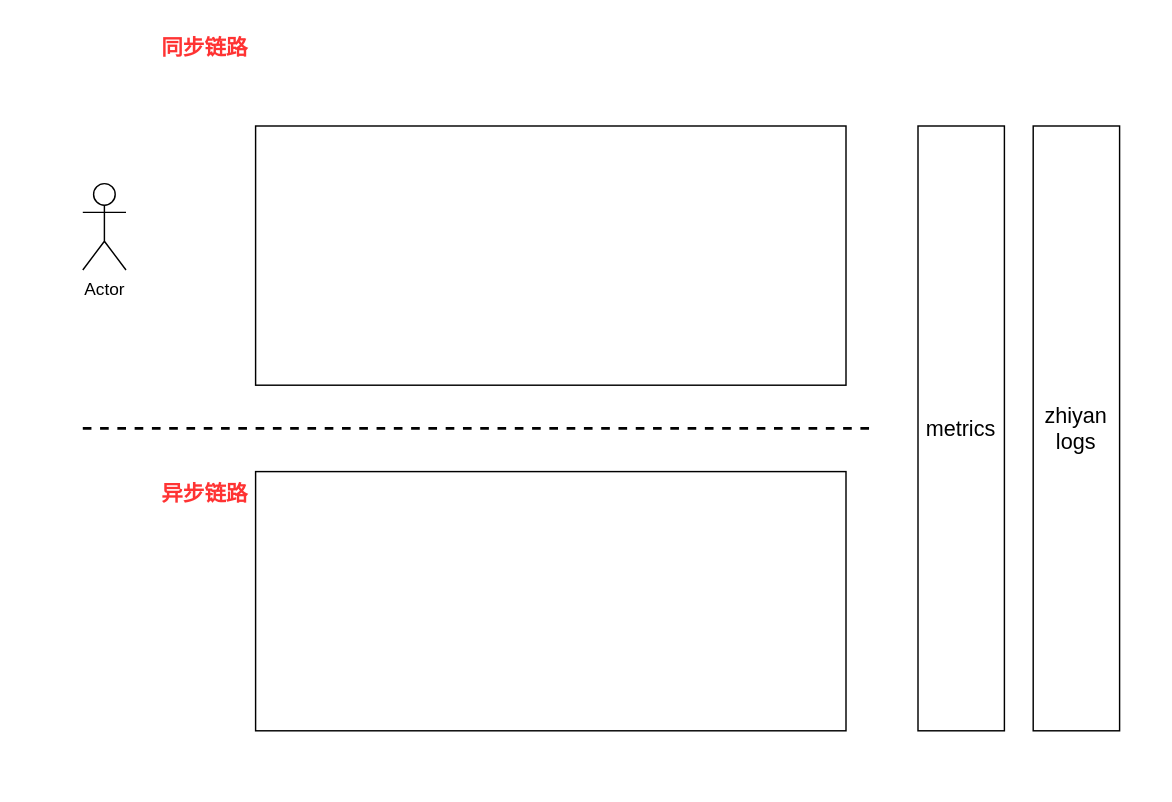
This is km_tx_4.drawio from learn2Pro/draw_io_save, a draw.io file, before an edit. Source tidied: cells renumbered, new cells numbered last; positions are measured from the earlier drawing's top-left corner, leaving out a move shared by most shapes. Both pictures are drawn from the tidied source at 144%, with x=0, y=0 at pixel (82, 24).
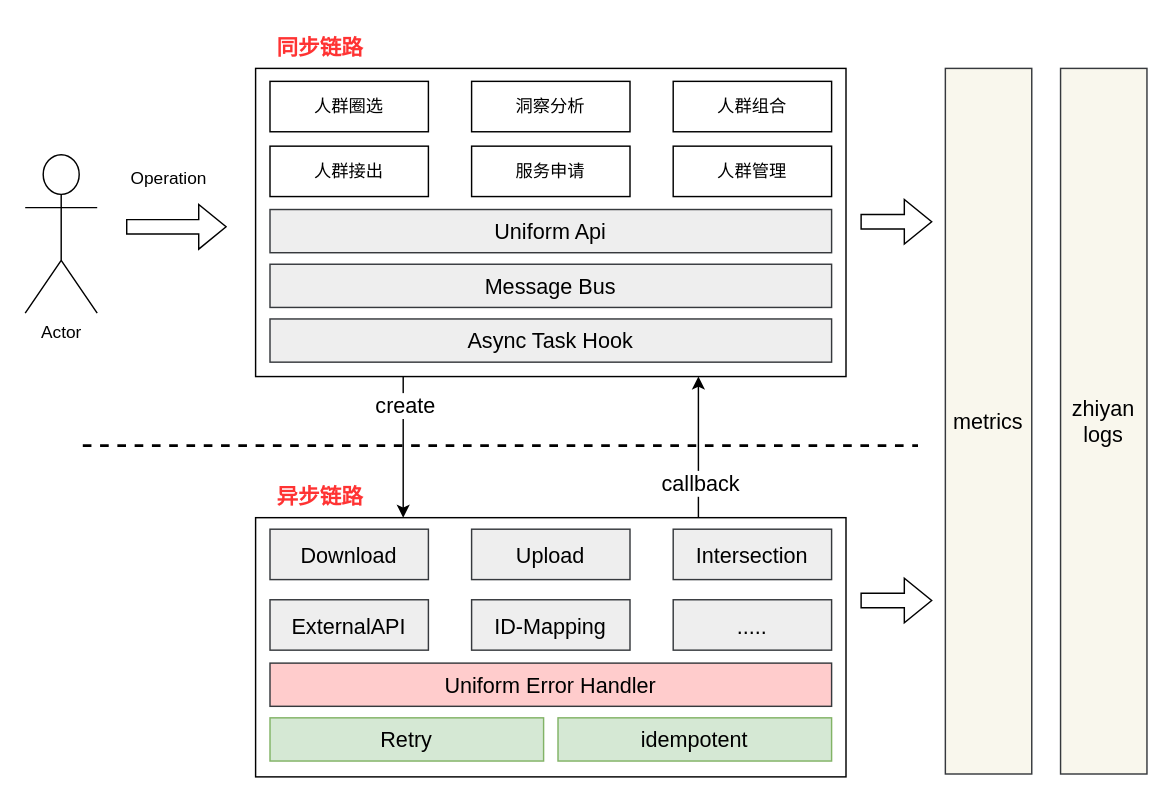
The same page after the edit.

Diff of the diagram source:
```diff
@@
-    <mxCell id="2" value="Actor" style="shape=umlActor;verticalLabelPosition=bottom;verticalAlign=top;html=1;" parent="1" vertex="1">
-      <mxGeometry y="110" width="30" height="60" as="geometry" />
-    </mxCell>
-    <mxCell id="3" style="rounded=0;whiteSpace=wrap;html=1;" parent="1" vertex="1">
-      <mxGeometry x="120" y="70" width="410" height="180" as="geometry" />
-    </mxCell>
-    <mxCell id="4" style="endArrow=none;dashed=1;html=1;rounded=0;fontStyle=1;strokeWidth=2;" parent="1" edge="1">
-      <mxGeometry relative="1" as="geometry">
-        <mxPoint y="280" as="sourcePoint" />
-        <mxPoint x="550" y="280" as="targetPoint" />
-      </mxGeometry>
-    </mxCell>
-    <mxCell id="5" value="&lt;b&gt;&lt;font style=&quot;font-size: 15px&quot; color=&quot;#ff3333&quot;&gt;同步链路&lt;/font&gt;&lt;/b&gt;" style="text;html=1;strokeColor=none;fillColor=none;align=center;verticalAlign=middle;whiteSpace=wrap;rounded=0;" parent="1" vertex="1">
-      <mxGeometry x="40" width="90" height="30" as="geometry" />
-    </mxCell>
     <mxCell id="6" value="&lt;b&gt;&lt;font style=&quot;font-size: 15px&quot; color=&quot;#ff3333&quot;&gt;异步链路&lt;/font&gt;&lt;/b&gt;" style="text;html=1;strokeColor=none;fillColor=none;align=center;verticalAlign=middle;whiteSpace=wrap;rounded=0;" parent="1" vertex="1">
-      <mxGeometry x="50" y="310" width="70" height="30" as="geometry" />
+      <mxGeometry x="120" y="312" width="90" height="30" as="geometry" />
     </mxCell>
     <mxCell id="7" style="rounded=0;whiteSpace=wrap;html=1;" parent="1" vertex="1">
-      <mxGeometry x="120" y="310" width="410" height="180" as="geometry" />
+      <mxGeometry x="120" y="342" width="410" height="180" as="geometry" />
     </mxCell>
+    <mxCell id="10" value="Download" style="rounded=0;whiteSpace=wrap;html=1;fontSize=15;fillColor=#eeeeee;strokeColor=#36393d;" parent="1" vertex="1">
+      <mxGeometry x="130" y="350" width="110" height="35" as="geometry" />
+    </mxCell>
+    <mxCell id="11" value="Upload" style="rounded=0;whiteSpace=wrap;html=1;fontSize=15;fillColor=#eeeeee;strokeColor=#36393d;" parent="1" vertex="1">
+      <mxGeometry x="270" y="350" width="110" height="35" as="geometry" />
+    </mxCell>
+    <mxCell id="12" value="Intersection" style="rounded=0;whiteSpace=wrap;html=1;fontSize=15;fillColor=#eeeeee;strokeColor=#36393d;" parent="1" vertex="1">
+      <mxGeometry x="410" y="350" width="110" height="35" as="geometry" />
+    </mxCell>
+    <mxCell id="13" value="ExternalAPI" style="rounded=0;whiteSpace=wrap;html=1;fontSize=15;fillColor=#eeeeee;strokeColor=#36393d;" parent="1" vertex="1">
+      <mxGeometry x="130" y="399" width="110" height="35" as="geometry" />
+    </mxCell>
+    <mxCell id="14" value="ID-Mapping" style="rounded=0;whiteSpace=wrap;html=1;fontSize=15;fillColor=#eeeeee;strokeColor=#36393d;" parent="1" vertex="1">
+      <mxGeometry x="270" y="399" width="110" height="35" as="geometry" />
+    </mxCell>
+    <mxCell id="15" value="....." style="rounded=0;whiteSpace=wrap;html=1;fontSize=15;fillColor=#eeeeee;strokeColor=#36393d;" parent="1" vertex="1">
+      <mxGeometry x="410" y="399" width="110" height="35" as="geometry" />
+    </mxCell>
+    <mxCell id="2" value="Actor" style="shape=umlActor;verticalLabelPosition=bottom;verticalAlign=top;html=1;" parent="1" vertex="1">
+      <mxGeometry x="-40" y="90" width="50" height="110" as="geometry" />
+    </mxCell>
+    <mxCell id="4" style="endArrow=none;dashed=1;html=1;rounded=0;fontStyle=1;strokeWidth=2;" parent="1" edge="1">
+      <mxGeometry relative="1" as="geometry">
+        <mxPoint y="292" as="sourcePoint" />
+        <mxPoint x="580" y="292" as="targetPoint" />
+      </mxGeometry>
+    </mxCell>
-    <mxCell id="8" value="&lt;font color=&quot;#000000&quot;&gt;metrics&lt;/font&gt;" style="rounded=0;whiteSpace=wrap;html=1;fontSize=15;fontColor=#FF3333;" parent="1" vertex="1">
-      <mxGeometry x="580" y="70" width="60" height="420" as="geometry" />
+    <mxCell id="8" value="&lt;font color=&quot;#000000&quot;&gt;metrics&lt;/font&gt;" style="rounded=0;whiteSpace=wrap;html=1;fontSize=15;fillColor=#f9f7ed;strokeColor=#36393d;" parent="1" vertex="1">
+      <mxGeometry x="599" y="30" width="60" height="490" as="geometry" />
     </mxCell>
-    <mxCell id="9" value="&lt;font color=&quot;#000000&quot;&gt;zhiyan&lt;br&gt;logs&lt;/font&gt;" style="rounded=0;whiteSpace=wrap;html=1;fontSize=15;fontColor=#FF3333;" parent="1" vertex="1">
-      <mxGeometry x="660" y="70" width="60" height="420" as="geometry" />
+    <mxCell id="9" value="&lt;font color=&quot;#000000&quot;&gt;zhiyan&lt;br&gt;logs&lt;/font&gt;" style="rounded=0;whiteSpace=wrap;html=1;fontSize=15;fillColor=#f9f7ed;strokeColor=#36393d;" parent="1" vertex="1">
+      <mxGeometry x="679" y="30" width="60" height="490" as="geometry" />
     </mxCell>
+    <mxCell id="16" value="Retry" style="rounded=0;whiteSpace=wrap;html=1;fontSize=15;fillColor=#d5e8d4;strokeColor=#82b366;" parent="1" vertex="1">
+      <mxGeometry x="130" y="481" width="190" height="30" as="geometry" />
+    </mxCell>
+    <mxCell id="17" value="idempotent" style="rounded=0;whiteSpace=wrap;html=1;fontSize=15;fillColor=#d5e8d4;strokeColor=#82b366;" parent="1" vertex="1">
+      <mxGeometry x="330" y="481" width="190" height="30" as="geometry" />
+    </mxCell>
+    <mxCell id="18" style="shape=flexArrow;endArrow=classic;html=1;rounded=0;fontSize=15;fontColor=#000000;strokeWidth=1;" parent="1" edge="1">
+      <mxGeometry relative="1" as="geometry">
+        <mxPoint x="540" y="136.5" as="sourcePoint" />
+        <mxPoint x="590" y="136.5" as="targetPoint" />
+      </mxGeometry>
+    </mxCell>
+    <mxCell id="19" style="shape=flexArrow;endArrow=classic;html=1;rounded=0;fontSize=15;fontColor=#000000;strokeWidth=1;" parent="1" edge="1">
+      <mxGeometry relative="1" as="geometry">
+        <mxPoint x="540" y="399.5" as="sourcePoint" />
+        <mxPoint x="590" y="399.5" as="targetPoint" />
+      </mxGeometry>
+    </mxCell>
+    <mxCell id="20" value="Uniform Error Handler" style="rounded=0;whiteSpace=wrap;html=1;fontSize=15;fillColor=#ffcccc;strokeColor=#36393d;" parent="1" vertex="1">
+      <mxGeometry x="130" y="443" width="390" height="30" as="geometry" />
+    </mxCell>
+    <mxCell id="21" style="endArrow=classic;html=1;rounded=0;fontSize=15;fontColor=#000000;strokeWidth=1;entryX=0.25;entryY=0;entryDx=0;entryDy=0;exitX=0.25;exitY=1;exitDx=0;exitDy=0;" parent="1" edge="1" source="3" target="7">
+      <mxGeometry relative="1" as="geometry" />
+    </mxCell>
+    <mxCell id="22" value="create" style="edgeLabel;html=1;align=center;verticalAlign=middle;fontSize=15;fontColor=#000000;" parent="21" vertex="1">
+      <mxGeometry x="-0.46" y="1" relative="1" as="geometry">
+        <mxPoint y="-7" as="offset" />
+      </mxGeometry>
+    </mxCell>
+    <mxCell id="23" style="endArrow=classic;html=1;rounded=0;fontSize=15;fontColor=#000000;strokeWidth=1;entryX=0.75;entryY=1;entryDx=0;entryDy=0;exitX=0.75;exitY=0;exitDx=0;exitDy=0;" parent="1" edge="1" source="7" target="3">
+      <mxGeometry relative="1" as="geometry" />
+    </mxCell>
+    <mxCell id="24" value="callback" style="edgeLabel;html=1;align=center;verticalAlign=middle;fontSize=15;fontColor=#000000;" parent="23" vertex="1">
+      <mxGeometry x="-0.49" relative="1" as="geometry">
+        <mxPoint x="1" as="offset" />
+      </mxGeometry>
+    </mxCell>
+    <mxCell id="25" style="shape=flexArrow;endArrow=classic;html=1;rounded=0;fontSize=15;fontColor=#000000;strokeWidth=1;" parent="1" edge="1">
+      <mxGeometry relative="1" as="geometry">
+        <mxPoint x="30" y="140" as="sourcePoint" />
+        <mxPoint x="100" y="140" as="targetPoint" />
+      </mxGeometry>
+    </mxCell>
+    <mxCell id="26" value="&lt;font style=&quot;font-size: 12px&quot;&gt;Operation&lt;/font&gt;" style="text;html=1;strokeColor=none;fillColor=none;align=center;verticalAlign=middle;whiteSpace=wrap;rounded=0;fontSize=15;fontColor=#000000;" parent="1" vertex="1">
+      <mxGeometry x="30" y="90" width="60" height="30" as="geometry" />
+    </mxCell>
+    <mxCell id="3" style="rounded=0;whiteSpace=wrap;html=1;" parent="1" vertex="1">
+      <mxGeometry x="120" y="30" width="410" height="214" as="geometry" />
+    </mxCell>
+    <mxCell id="5" value="&lt;b&gt;&lt;font style=&quot;font-size: 15px&quot; color=&quot;#ff3333&quot;&gt;同步链路&lt;/font&gt;&lt;/b&gt;" style="text;html=1;strokeColor=none;fillColor=none;align=center;verticalAlign=middle;whiteSpace=wrap;rounded=0;" parent="1" vertex="1">
+      <mxGeometry x="120" width="90" height="30" as="geometry" />
+    </mxCell>
+    <mxCell id="27" value="Async Task Hook" style="rounded=0;whiteSpace=wrap;html=1;fontSize=15;fillColor=#eeeeee;strokeColor=#36393d;" parent="1" vertex="1">
+      <mxGeometry x="130" y="204" width="390" height="30" as="geometry" />
+    </mxCell>
+    <mxCell id="28" value="Message Bus" style="rounded=0;whiteSpace=wrap;html=1;fontSize=15;fillColor=#eeeeee;strokeColor=#36393d;" parent="1" vertex="1">
+      <mxGeometry x="130" y="166" width="390" height="30" as="geometry" />
+    </mxCell>
+    <mxCell id="29" value="人群圈选" style="rounded=0;whiteSpace=wrap;html=1;fontSize=12;fontColor=#000000;" parent="1" vertex="1">
+      <mxGeometry x="130" y="39" width="110" height="35" as="geometry" />
+    </mxCell>
+    <mxCell id="30" value="洞察分析" style="rounded=0;whiteSpace=wrap;html=1;fontSize=12;fontColor=#000000;" parent="1" vertex="1">
+      <mxGeometry x="270" y="39" width="110" height="35" as="geometry" />
+    </mxCell>
+    <mxCell id="31" value="人群组合" style="rounded=0;whiteSpace=wrap;html=1;fontSize=12;fontColor=#000000;" parent="1" vertex="1">
+      <mxGeometry x="410" y="39" width="110" height="35" as="geometry" />
+    </mxCell>
+    <mxCell id="32" value="人群接出" style="rounded=0;whiteSpace=wrap;html=1;fontSize=12;fontColor=#000000;" parent="1" vertex="1">
+      <mxGeometry x="130" y="84" width="110" height="35" as="geometry" />
+    </mxCell>
+    <mxCell id="33" value="服务申请" style="rounded=0;whiteSpace=wrap;html=1;fontSize=12;fontColor=#000000;" parent="1" vertex="1">
+      <mxGeometry x="270" y="84" width="110" height="35" as="geometry" />
+    </mxCell>
+    <mxCell id="34" value="人群管理" style="rounded=0;whiteSpace=wrap;html=1;fontSize=12;fontColor=#000000;" parent="1" vertex="1">
+      <mxGeometry x="410" y="84" width="110" height="35" as="geometry" />
+    </mxCell>
+    <mxCell id="35" value="Uniform Api" style="rounded=0;whiteSpace=wrap;html=1;fontSize=15;fillColor=#eeeeee;strokeColor=#36393d;" parent="1" vertex="1">
+      <mxGeometry x="130" y="128" width="390" height="30" as="geometry" />
+    </mxCell>
```
